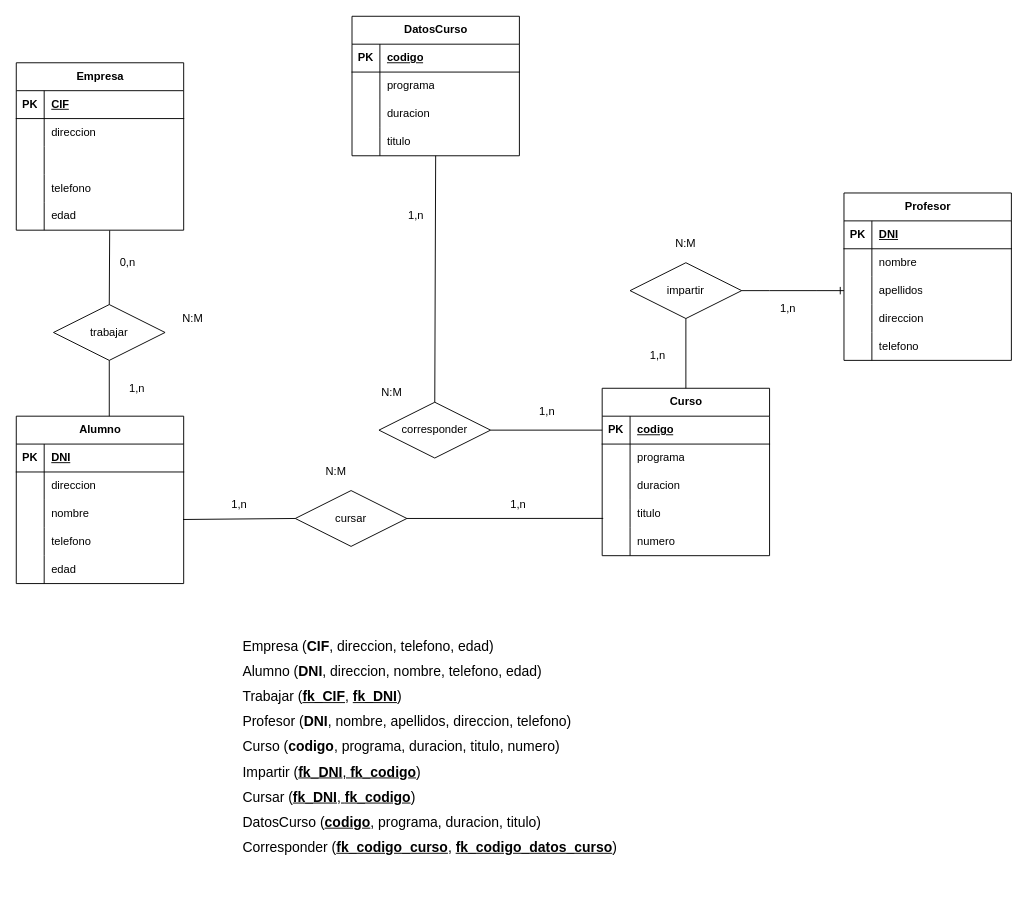
Above: Ejercicio02.drawio in Daninuro/diagrames-cvf-dn-mpl-n-11102023 (draw.io), before the change. Source tidied: cells renumbered, new cells numbered last; positions are measured from the earlier drawing's top-left corner, leaving out a move shared by most shapes. Both pictures are drawn from the tidied source at 93%, with x=0, y=0 at pixel (16, 16).
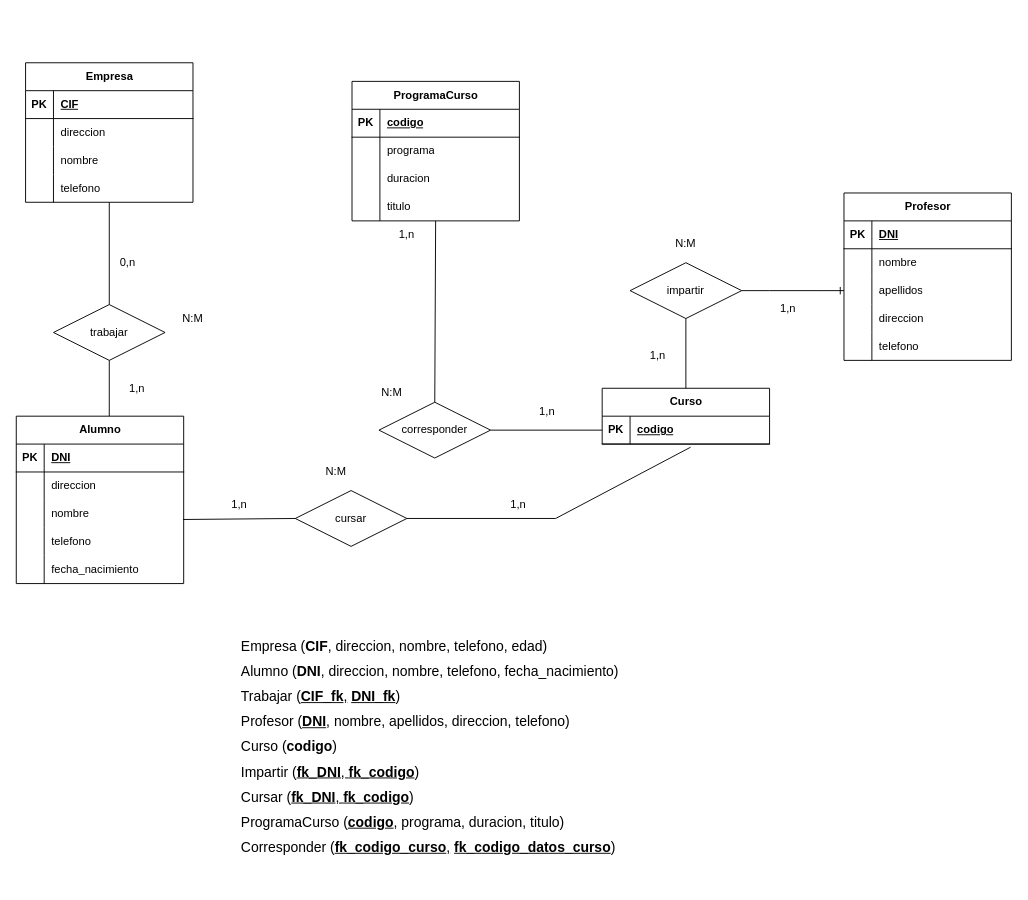
The same page after the edit.

Unchanged cells that the change refers to:
```xml
<mxCell id="29" style="shape=tableRow;horizontal=0;startSize=0;swimlaneHead=0;swimlaneBody=0;fillColor=none;points=[[0,0.5],[1,0.5]];portConstraint=eastwest;top=0;left=0;right=0;bottom=0;" parent="19" vertex="1">
  <mxGeometry y="120" width="180" height="30" as="geometry" />
</mxCell>
<mxCell id="37" style="shape=tableRow;horizontal=0;startSize=0;swimlaneHead=0;swimlaneBody=0;fillColor=none;points=[[0,0.5],[1,0.5]];portConstraint=eastwest;top=0;left=0;right=0;bottom=1;" parent="36" vertex="1">
  <mxGeometry y="30" width="180" height="30" as="geometry" />
</mxCell>
<mxCell id="65" style="shape=tableRow;horizontal=0;startSize=0;swimlaneHead=0;swimlaneBody=0;fillColor=none;top=0;left=0;right=0;bottom=0;" parent="52" vertex="1">
  <mxGeometry y="150" width="180" height="30" as="geometry" />
</mxCell>
<mxCell id="71" value="cursar" style="shape=rhombus;perimeter=rhombusPerimeter;whiteSpace=wrap;html=1;align=center;" parent="1" vertex="1">
  <mxGeometry x="300" y="510" width="120" height="60" as="geometry" />
</mxCell>
```

Diff of the diagram source:
```diff
@@
     <mxCell id="19" value="Empresa" style="shape=table;startSize=30;childLayout=tableLayout;rowLines=0;fontStyle=1;align=center;html=1;" parent="1" vertex="1">
-      <mxGeometry y="50" width="180" height="180" as="geometry" />
+      <mxGeometry x="10" y="50" width="180" height="150" as="geometry" />
     </mxCell>
@@
-    <mxCell id="26" style="shape=tableRow;horizontal=0;startSize=0;swimlaneHead=0;swimlaneBody=0;fillColor=none;top=0;left=0;right=0;bottom=0;" parent="19" vertex="1">
-      <mxGeometry y="90" width="180" height="30" as="geometry" />
-    </mxCell>
-    <mxCell id="27" style="shape=partialRectangle;fillColor=none;top=0;left=0;bottom=0;right=0;overflow=hidden;whiteSpace=wrap;html=1;" parent="26" vertex="1">
-      <mxGeometry width="30" height="30" as="geometry" />
-    </mxCell>
-    <mxCell id="28" style="shape=partialRectangle;fillColor=none;top=0;left=0;bottom=0;right=0;align=left;spacingLeft=6;overflow=hidden;whiteSpace=wrap;html=1;" parent="26" vertex="1">
-      <mxGeometry x="30" width="150" height="30" as="geometry" />
-    </mxCell>
+    <mxCell id="104" style="shape=tableRow;horizontal=0;startSize=0;swimlaneHead=0;swimlaneBody=0;fillColor=none;top=0;left=0;right=0;bottom=0;" parent="19" vertex="1">
+      <mxGeometry y="90" width="180" height="30" as="geometry" />
+    </mxCell>
+    <mxCell id="105" style="shape=partialRectangle;fillColor=none;top=0;left=0;bottom=0;right=0;overflow=hidden;whiteSpace=wrap;html=1;" parent="104" vertex="1">
+      <mxGeometry width="30" height="30" as="geometry" />
+    </mxCell>
+    <mxCell id="106" value="nombre" style="shape=partialRectangle;fillColor=none;top=0;left=0;bottom=0;right=0;align=left;spacingLeft=6;overflow=hidden;whiteSpace=wrap;html=1;" parent="104" vertex="1">
+      <mxGeometry x="30" width="150" height="30" as="geometry" />
+    </mxCell>
@@
-    <mxCell id="32" style="shape=tableRow;horizontal=0;startSize=0;swimlaneHead=0;swimlaneBody=0;fillColor=none;points=[[0,0.5],[1,0.5]];portConstraint=eastwest;top=0;left=0;right=0;bottom=0;" parent="19" vertex="1">
-      <mxGeometry y="150" width="180" height="30" as="geometry" />
-    </mxCell>
-    <mxCell id="33" style="shape=partialRectangle;fillColor=none;top=0;left=0;bottom=0;right=0;overflow=hidden;whiteSpace=wrap;html=1;" parent="32" vertex="1">
-      <mxGeometry width="30" height="30" as="geometry" />
-    </mxCell>
-    <mxCell id="34" value="edad" style="shape=partialRectangle;fillColor=none;top=0;left=0;bottom=0;right=0;align=left;spacingLeft=6;overflow=hidden;whiteSpace=wrap;html=1;" parent="32" vertex="1">
-      <mxGeometry x="30" width="150" height="30" as="geometry" />
-    </mxCell>
@@
     <mxCell id="36" value="Curso" style="shape=table;startSize=30;childLayout=tableLayout;rowLines=0;fontStyle=1;align=center;html=1;" parent="1" vertex="1">
-      <mxGeometry x="630" y="400" width="180" height="180" as="geometry" />
+      <mxGeometry x="630" y="400" width="180" height="60" as="geometry" />
     </mxCell>
@@
-    <mxCell id="40" style="shape=tableRow;horizontal=0;startSize=0;swimlaneHead=0;swimlaneBody=0;fillColor=none;top=0;left=0;right=0;bottom=0;" parent="36" vertex="1">
-      <mxGeometry y="60" width="180" height="30" as="geometry" />
-    </mxCell>
-    <mxCell id="41" style="shape=partialRectangle;fillColor=none;top=0;left=0;bottom=0;right=0;overflow=hidden;whiteSpace=wrap;html=1;" parent="40" vertex="1">
-      <mxGeometry width="30" height="30" as="geometry" />
-    </mxCell>
-    <mxCell id="42" value="programa" style="shape=partialRectangle;fillColor=none;top=0;left=0;bottom=0;right=0;align=left;spacingLeft=6;overflow=hidden;whiteSpace=wrap;html=1;" parent="40" vertex="1">
-      <mxGeometry x="30" width="150" height="30" as="geometry" />
-    </mxCell>
-    <mxCell id="43" style="shape=tableRow;horizontal=0;startSize=0;swimlaneHead=0;swimlaneBody=0;fillColor=none;top=0;left=0;right=0;bottom=0;" parent="36" vertex="1">
-      <mxGeometry y="90" width="180" height="30" as="geometry" />
-    </mxCell>
-    <mxCell id="44" style="shape=partialRectangle;fillColor=none;top=0;left=0;bottom=0;right=0;overflow=hidden;whiteSpace=wrap;html=1;" parent="43" vertex="1">
-      <mxGeometry width="30" height="30" as="geometry" />
-    </mxCell>
-    <mxCell id="45" value="duracion" style="shape=partialRectangle;fillColor=none;top=0;left=0;bottom=0;right=0;align=left;spacingLeft=6;overflow=hidden;whiteSpace=wrap;html=1;" parent="43" vertex="1">
-      <mxGeometry x="30" width="150" height="30" as="geometry" />
-    </mxCell>
-    <mxCell id="46" style="shape=tableRow;horizontal=0;startSize=0;swimlaneHead=0;swimlaneBody=0;fillColor=none;points=[[0,0.5],[1,0.5]];portConstraint=eastwest;top=0;left=0;right=0;bottom=0;" parent="36" vertex="1">
-      <mxGeometry y="120" width="180" height="30" as="geometry" />
-    </mxCell>
-    <mxCell id="47" style="shape=partialRectangle;fillColor=none;top=0;left=0;bottom=0;right=0;overflow=hidden;whiteSpace=wrap;html=1;" parent="46" vertex="1">
-      <mxGeometry width="30" height="30" as="geometry" />
-    </mxCell>
-    <mxCell id="48" value="titulo" style="shape=partialRectangle;fillColor=none;top=0;left=0;bottom=0;right=0;align=left;spacingLeft=6;overflow=hidden;whiteSpace=wrap;html=1;" parent="46" vertex="1">
-      <mxGeometry x="30" width="150" height="30" as="geometry" />
-    </mxCell>
-    <mxCell id="49" style="shape=tableRow;horizontal=0;startSize=0;swimlaneHead=0;swimlaneBody=0;fillColor=none;top=0;left=0;right=0;bottom=0;" parent="36" vertex="1">
-      <mxGeometry y="150" width="180" height="30" as="geometry" />
-    </mxCell>
-    <mxCell id="50" style="shape=partialRectangle;fillColor=none;top=0;left=0;bottom=0;right=0;overflow=hidden;whiteSpace=wrap;html=1;" parent="49" vertex="1">
-      <mxGeometry width="30" height="30" as="geometry" />
-    </mxCell>
-    <mxCell id="51" value="numero" style="shape=partialRectangle;fillColor=none;top=0;left=0;bottom=0;right=0;align=left;spacingLeft=6;overflow=hidden;whiteSpace=wrap;html=1;" parent="49" vertex="1">
-      <mxGeometry x="30" width="150" height="30" as="geometry" />
-    </mxCell>
@@
-    <mxCell id="67" value="edad" style="shape=partialRectangle;fillColor=none;top=0;left=0;bottom=0;right=0;align=left;spacingLeft=6;overflow=hidden;whiteSpace=wrap;html=1;" parent="65" vertex="1">
+    <mxCell id="67" value="fecha_nacimiento" style="shape=partialRectangle;fillColor=none;top=0;left=0;bottom=0;right=0;align=left;spacingLeft=6;overflow=hidden;whiteSpace=wrap;html=1;" parent="65" vertex="1">
       <mxGeometry x="30" width="150" height="30" as="geometry" />
     </mxCell>
     <mxCell id="68" value="1,n" style="text;html=1;strokeColor=none;fillColor=none;align=center;verticalAlign=middle;whiteSpace=wrap;rounded=0;" parent="1" vertex="1">
-      <mxGeometry x="400" y="200" width="60" height="30" as="geometry" />
+      <mxGeometry x="390" y="220" width="60" height="30" as="geometry" />
     </mxCell>
-    <mxCell id="69" value="&lt;div style=&quot;text-align: justify; font-size: 15px; line-height: 180%;&quot;&gt;&lt;span style=&quot;background-color: initial;&quot;&gt;&lt;font style=&quot;font-size: 15px;&quot;&gt;&lt;br&gt;&lt;/font&gt;&lt;/span&gt;&lt;/div&gt;&lt;div style=&quot;text-align: justify; font-size: 15px; line-height: 180%;&quot;&gt;Empresa (&lt;b&gt;CIF&lt;/b&gt;, direccion, telefono, edad)&lt;span style=&quot;background-color: initial;&quot;&gt;&lt;font style=&quot;font-size: 15px;&quot;&gt;&lt;br&gt;&lt;/font&gt;&lt;/span&gt;&lt;/div&gt;&lt;div style=&quot;text-align: justify; font-size: 15px; line-height: 180%;&quot;&gt;Alumno (&lt;b&gt;DNI&lt;/b&gt;, direccion, nombre, telefono, edad)&lt;br&gt;&lt;/div&gt;&lt;div style=&quot;text-align: justify; font-size: 15px; line-height: 180%;&quot;&gt;Trabajar (&lt;u&gt;&lt;b&gt;fk_CIF&lt;/b&gt;,&lt;/u&gt;&amp;nbsp;&lt;u style=&quot;&quot;&gt;&lt;b&gt;fk_DNI&lt;/b&gt;&lt;/u&gt;)&lt;br&gt;&lt;/div&gt;&lt;div style=&quot;text-align: justify; font-size: 15px; line-height: 180%;&quot;&gt;&lt;span style=&quot;background-color: initial;&quot;&gt;&lt;font style=&quot;font-size: 15px;&quot;&gt;Profesor (&lt;b style=&quot;&quot;&gt;DNI&lt;/b&gt;, nombre, apellidos, direccion, telefono)&lt;/font&gt;&lt;/span&gt;&lt;/div&gt;&lt;div style=&quot;text-align: justify; font-size: 15px; line-height: 180%;&quot;&gt;&lt;span style=&quot;background-color: initial;&quot;&gt;&lt;font style=&quot;font-size: 15px;&quot;&gt;Curso (&lt;b style=&quot;&quot;&gt;codigo&lt;/b&gt;, programa, duracion, titulo, numero)&lt;/font&gt;&lt;/span&gt;&lt;/div&gt;&lt;div style=&quot;text-align: justify; font-size: 15px; line-height: 180%;&quot;&gt;Impartir (&lt;u&gt;&lt;b&gt;fk_DNI&lt;/b&gt;, &lt;b&gt;fk_codigo&lt;/b&gt;&lt;/u&gt;)&lt;/div&gt;&lt;div style=&quot;text-align: justify; font-size: 15px; line-height: 180%;&quot;&gt;Cursar (&lt;u&gt;&lt;b&gt;fk_DNI&lt;/b&gt;, &lt;b&gt;fk_codigo&lt;/b&gt;&lt;/u&gt;)&lt;br&gt;&lt;/div&gt;&lt;div style=&quot;text-align: justify; font-size: 15px; line-height: 180%;&quot;&gt;&lt;span style=&quot;background-color: initial;&quot;&gt;&lt;font style=&quot;font-size: 15px;&quot;&gt;DatosCurso (&lt;u style=&quot;&quot;&gt;&lt;b&gt;codigo&lt;/b&gt;&lt;/u&gt;, programa, duracion, titulo)&lt;/font&gt;&lt;/span&gt;&lt;/div&gt;&lt;div style=&quot;text-align: justify; font-size: 15px; line-height: 180%;&quot;&gt;&lt;span style=&quot;background-color: initial;&quot;&gt;&lt;font style=&quot;font-size: 15px;&quot;&gt;Corresponder (&lt;u&gt;&lt;b&gt;fk_codigo_curso&lt;/b&gt;,&lt;/u&gt; &lt;u&gt;&lt;b&gt;fk_codigo_datos_curso&lt;/b&gt;&lt;/u&gt;)&lt;/font&gt;&lt;/span&gt;&lt;/div&gt;&lt;div style=&quot;text-align: justify; font-size: 15px; line-height: 180%;&quot;&gt;&lt;span style=&quot;background-color: initial;&quot;&gt;&lt;font style=&quot;font-size: 15px;&quot;&gt;&amp;nbsp;&lt;/font&gt;&lt;/span&gt;&lt;/div&gt;" style="text;html=1;strokeColor=none;fillColor=none;align=center;verticalAlign=middle;whiteSpace=wrap;rounded=0;" parent="1" vertex="1">
+    <mxCell id="69" value="&lt;div style=&quot;text-align: justify; font-size: 15px; line-height: 180%;&quot;&gt;&lt;span style=&quot;background-color: initial;&quot;&gt;&lt;font style=&quot;font-size: 15px;&quot;&gt;&lt;br&gt;&lt;/font&gt;&lt;/span&gt;&lt;/div&gt;&lt;div style=&quot;text-align: justify; font-size: 15px; line-height: 180%;&quot;&gt;Empresa (&lt;b&gt;CIF&lt;/b&gt;, direccion, nombre, telefono, edad)&lt;span style=&quot;background-color: initial;&quot;&gt;&lt;font style=&quot;font-size: 15px;&quot;&gt;&lt;br&gt;&lt;/font&gt;&lt;/span&gt;&lt;/div&gt;&lt;div style=&quot;text-align: justify; font-size: 15px; line-height: 180%;&quot;&gt;Alumno (&lt;b&gt;DNI&lt;/b&gt;, direccion, nombre, telefono, fecha_nacimiento)&lt;br&gt;&lt;/div&gt;&lt;div style=&quot;text-align: justify; font-size: 15px; line-height: 180%;&quot;&gt;Trabajar (&lt;u&gt;&lt;b&gt;CIF_fk&lt;/b&gt;,&lt;/u&gt;&amp;nbsp;&lt;u style=&quot;&quot;&gt;&lt;b&gt;DNI_fk&lt;/b&gt;&lt;/u&gt;)&lt;br&gt;&lt;/div&gt;&lt;div style=&quot;text-align: justify; font-size: 15px; line-height: 180%;&quot;&gt;&lt;span style=&quot;background-color: initial;&quot;&gt;&lt;font style=&quot;font-size: 15px;&quot;&gt;Profesor (&lt;b style=&quot;&quot;&gt;&lt;u&gt;DNI&lt;/u&gt;&lt;/b&gt;, nombre, apellidos, direccion, telefono)&lt;/font&gt;&lt;/span&gt;&lt;/div&gt;&lt;div style=&quot;text-align: justify; font-size: 15px; line-height: 180%;&quot;&gt;&lt;span style=&quot;background-color: initial;&quot;&gt;&lt;font style=&quot;font-size: 15px;&quot;&gt;Curso (&lt;b style=&quot;&quot;&gt;codigo&lt;/b&gt;)&lt;/font&gt;&lt;/span&gt;&lt;/div&gt;&lt;div style=&quot;text-align: justify; font-size: 15px; line-height: 180%;&quot;&gt;Impartir (&lt;u&gt;&lt;b&gt;fk_DNI&lt;/b&gt;, &lt;b&gt;fk_codigo&lt;/b&gt;&lt;/u&gt;)&lt;/div&gt;&lt;div style=&quot;text-align: justify; font-size: 15px; line-height: 180%;&quot;&gt;Cursar (&lt;u&gt;&lt;b&gt;fk_DNI&lt;/b&gt;, &lt;b&gt;fk_codigo&lt;/b&gt;&lt;/u&gt;)&lt;br&gt;&lt;/div&gt;&lt;div style=&quot;text-align: justify; font-size: 15px; line-height: 180%;&quot;&gt;&lt;span style=&quot;background-color: initial;&quot;&gt;&lt;font style=&quot;font-size: 15px;&quot;&gt;ProgramaCurso (&lt;u style=&quot;&quot;&gt;&lt;b&gt;codigo&lt;/b&gt;&lt;/u&gt;, programa, duracion, titulo)&lt;/font&gt;&lt;/span&gt;&lt;/div&gt;&lt;div style=&quot;text-align: justify; font-size: 15px; line-height: 180%;&quot;&gt;&lt;span style=&quot;background-color: initial;&quot;&gt;&lt;font style=&quot;font-size: 15px;&quot;&gt;Corresponder (&lt;u&gt;&lt;b&gt;fk_codigo_curso&lt;/b&gt;,&lt;/u&gt; &lt;u&gt;&lt;b&gt;fk_codigo_datos_curso&lt;/b&gt;&lt;/u&gt;)&lt;/font&gt;&lt;/span&gt;&lt;/div&gt;&lt;div style=&quot;text-align: justify; font-size: 15px; line-height: 180%;&quot;&gt;&lt;span style=&quot;background-color: initial;&quot;&gt;&lt;font style=&quot;font-size: 15px;&quot;&gt;&amp;nbsp;&lt;/font&gt;&lt;/span&gt;&lt;/div&gt;" style="text;html=1;strokeColor=none;fillColor=none;align=center;verticalAlign=middle;whiteSpace=wrap;rounded=0;" parent="1" vertex="1">
       <mxGeometry x="180" y="640" width="530" height="290" as="geometry" />
     </mxCell>
@@
-    <mxCell id="73" value="DatosCurso" style="shape=table;startSize=30;childLayout=tableLayout;rowLines=0;fontStyle=1;align=center;html=1;" parent="1" vertex="1">
-      <mxGeometry x="361" width="180" height="150" as="geometry" />
+    <mxCell id="73" value="ProgramaCurso" style="shape=table;startSize=30;childLayout=tableLayout;rowLines=0;fontStyle=1;align=center;html=1;" parent="1" vertex="1">
+      <mxGeometry x="361" y="70" width="180" height="150" as="geometry" />
     </mxCell>
@@
-    <mxCell id="89" style="endArrow=none;html=1;rounded=0;entryX=0.558;entryY=1.009;entryDx=0;entryDy=0;entryPerimeter=0;" parent="1" edge="1" target="32">
+    <mxCell id="89" style="endArrow=none;html=1;rounded=0;" parent="1" edge="1" target="29">
       <mxGeometry relative="1" as="geometry">
         <mxPoint x="100" y="310" as="sourcePoint" />
       </mxGeometry>
     </mxCell>
@@
-    <mxCell id="94" style="endArrow=none;html=1;rounded=0;entryX=0.006;entryY=0.664;entryDx=0;entryDy=0;exitX=1;exitY=0.5;exitDx=0;exitDy=0;entryPerimeter=0;" parent="1" edge="1" source="71" target="46">
-      <mxGeometry relative="1" as="geometry" />
+    <mxCell id="94" style="endArrow=none;html=1;rounded=0;entryX=0.528;entryY=1.113;entryDx=0;entryDy=0;exitX=1;exitY=0.5;exitDx=0;exitDy=0;entryPerimeter=0;" parent="1" edge="1" source="71" target="37">
+      <mxGeometry relative="1" as="geometry">
+        <Array as="points">
+          <mxPoint x="580" y="540" />
+        </Array>
+      </mxGeometry>
     </mxCell>
```
